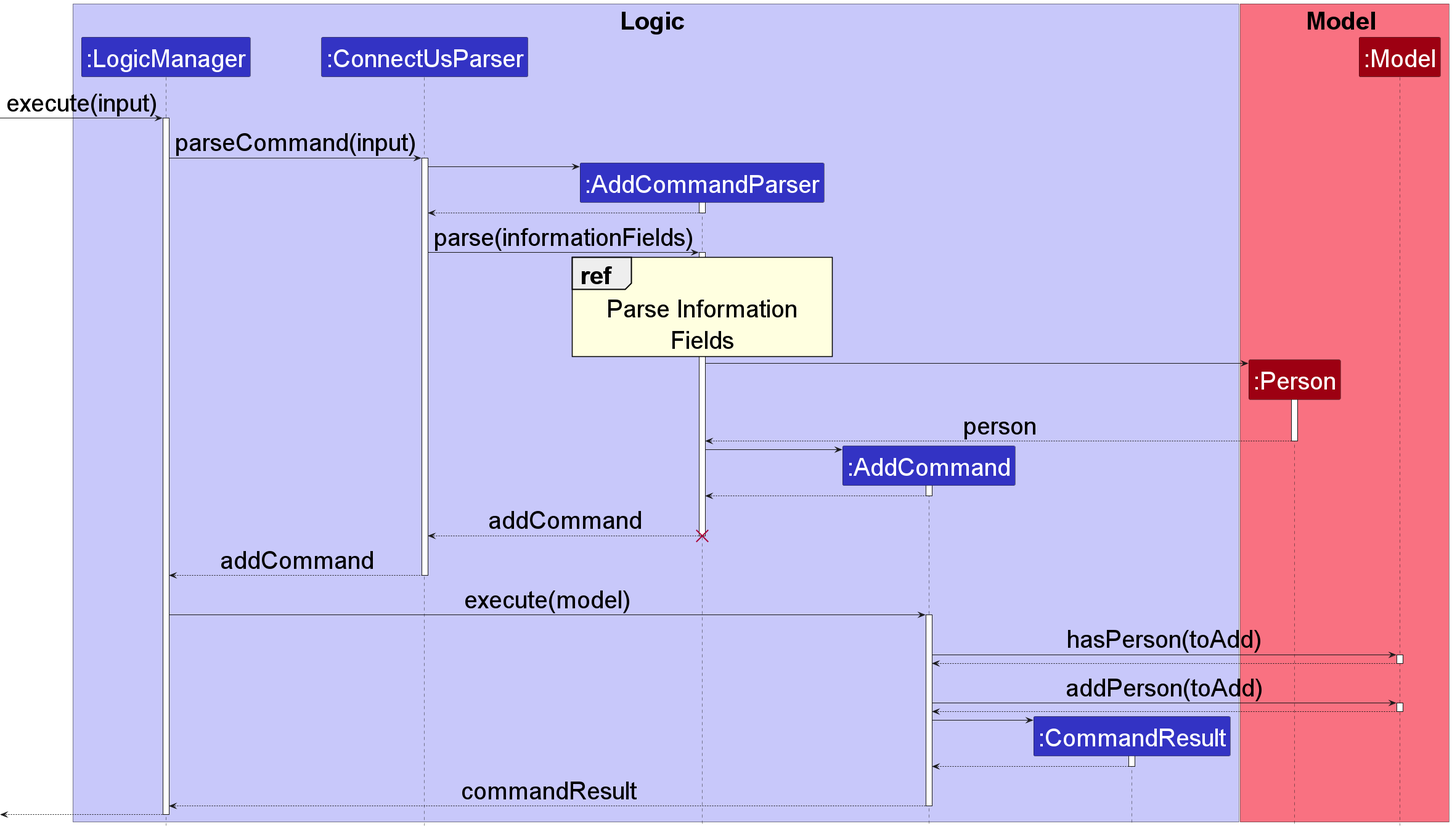
This is docs/images/AddCommandSequenceDiagram.png from nus-cs2103-AY2223S2/tp, a PlantUML export, as it was before one commit.
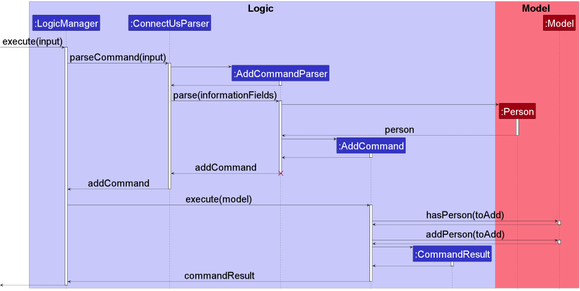
After the commit.

What changed in the source:
```diff
@@ -30,11 +30,6 @@
 ConnectUsParser -> AddCommandParser:parse(informationFields)
 activate AddCommandParser
 
-ref over AddCommandParser
-  Parse Information
-  Fields
-end
-
 create Person
 AddCommandParser -> Person++
 return person
```
